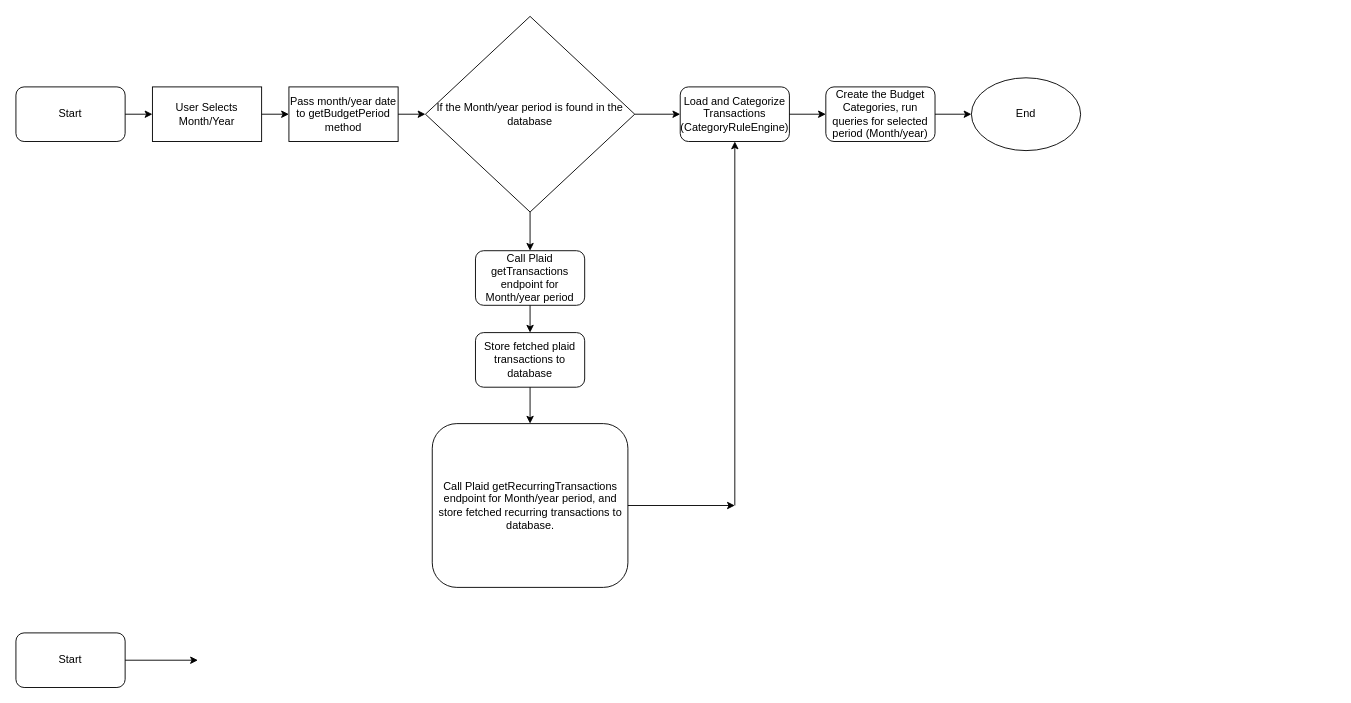
Earlier version of the draw.io diagram src/main/Budget Page Process.drawio (AKing982/BudgetBuddy). Source tidied: cells renumbered, new cells numbered last; positions are measured from the earlier drawing's top-left corner, leaving out a move shared by most shapes. Both pictures are drawn from the tidied source at 91%, with x=0, y=0 at pixel (15, 15).
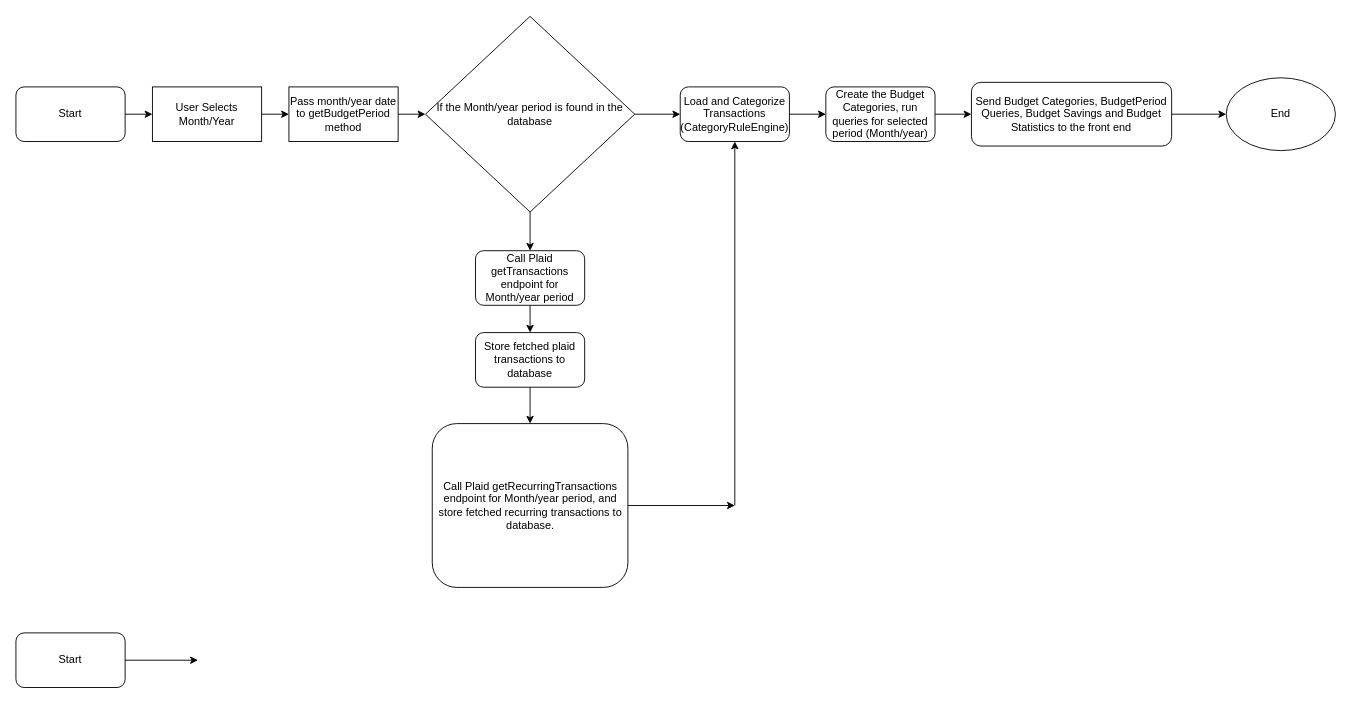
The same page after the edit.

Diff of the diagram source:
```diff
@@
-    <mxCell id="22" value="End" style="ellipse;whiteSpace=wrap;html=1;" parent="1" vertex="1">
-      <mxGeometry x="1050" y="68" width="120" height="80" as="geometry" />
-    </mxCell>
@@
+    <mxCell id="25" value="Send Budget Categories, BudgetPeriod Queries, Budget Savings and Budget Statistics to the front end" style="rounded=1;whiteSpace=wrap;html=1;" parent="1" vertex="1">
+      <mxGeometry x="1050" y="73" width="220" height="70" as="geometry" />
+    </mxCell>
+    <mxCell id="26" style="endArrow=classic;html=1;rounded=0;exitX=1;exitY=0.5;exitDx=0;exitDy=0;" parent="1" edge="1" source="25" target="22">
+      <mxGeometry relative="1" as="geometry" />
+    </mxCell>
+    <mxCell id="22" value="End" style="ellipse;whiteSpace=wrap;html=1;" parent="1" vertex="1">
+      <mxGeometry x="1330" y="68" width="120" height="80" as="geometry" />
+    </mxCell>
```
